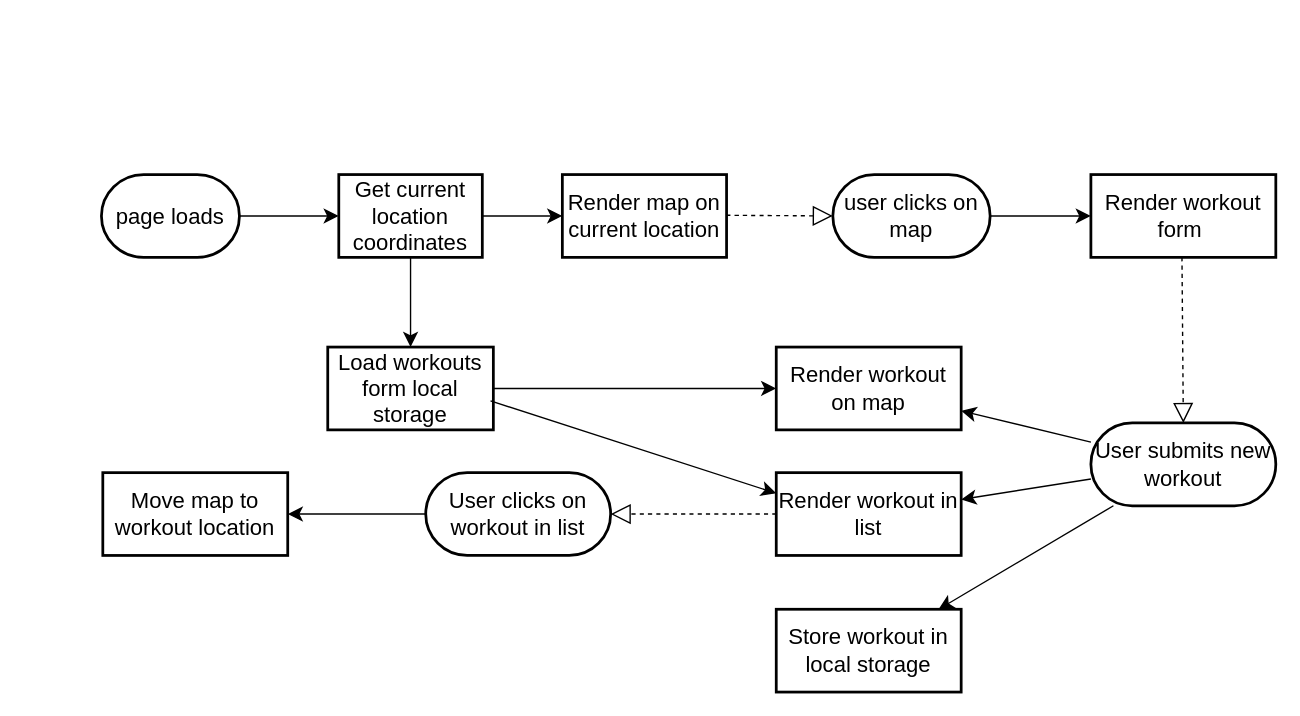
Earlier version of the draw.io diagram Untitled Diagram.drawio (HagarRagab/Mapty). Source tidied: cells renumbered, new cells numbered last; positions are measured from the earlier drawing's top-left corner, leaving out a move shared by most shapes. Both pictures are drawn from the tidied source at 138%, with x=0, y=0 at pixel (101, 174).
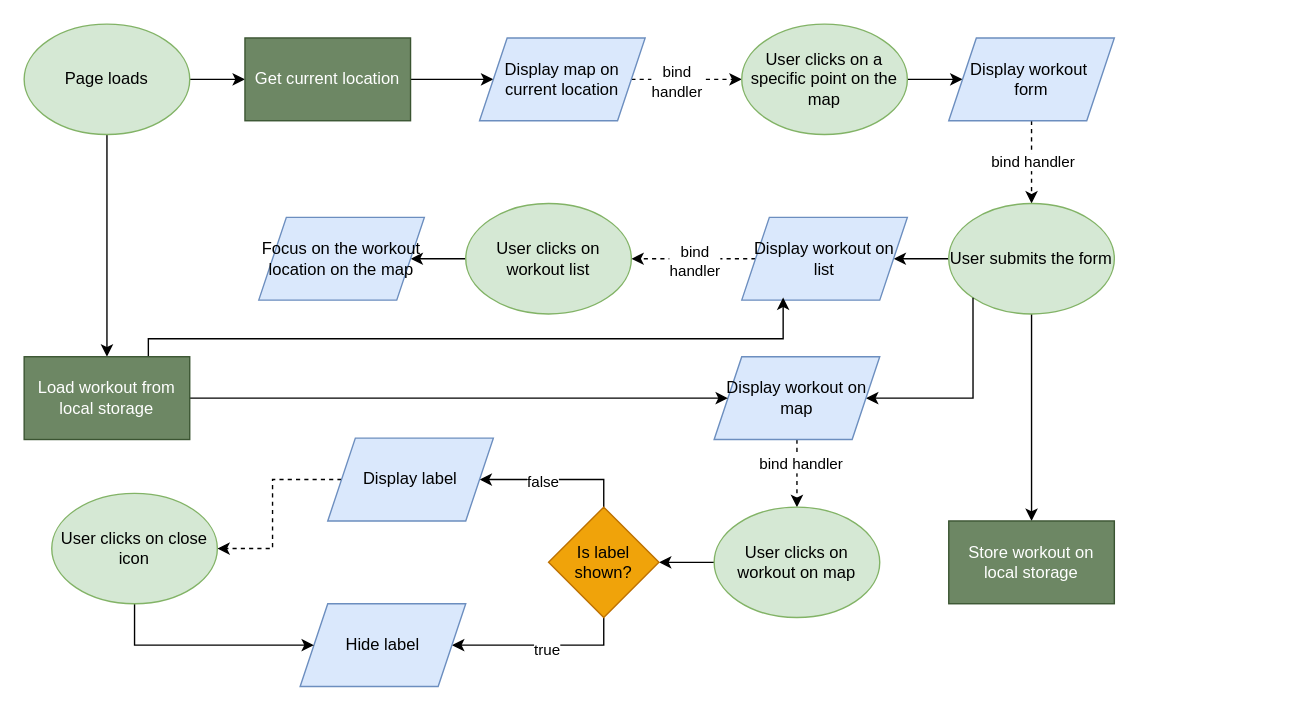
The same diagram, later.

Change to the diagram source:
```diff
@@
-    <mxCell id="2" style="edgeStyle=none;curved=1;rounded=0;jettySize=auto;html=1;fontSize=12;startSize=8;endSize=8;" parent="1" edge="1" source="4" target="6">
-      <mxGeometry relative="1" as="geometry" />
-    </mxCell>
-    <mxCell id="3" style="edgeStyle=none;curved=1;rounded=0;jettySize=auto;html=1;fontSize=12;startSize=8;endSize=8;exitX=0.5;exitY=1;exitDx=0;exitDy=0;" parent="1" edge="1" source="6" target="20">
-      <mxGeometry relative="1" as="geometry" />
-    </mxCell>
-    <mxCell id="4" value="page loads" style="strokeWidth=2;html=1;shape=mxgraph.flowchart.terminator;whiteSpace=wrap;fontSize=16;" parent="1" vertex="1">
-      <mxGeometry width="100" height="60" as="geometry" />
-    </mxCell>
-    <mxCell id="5" style="edgeStyle=none;curved=1;rounded=0;jettySize=auto;html=1;fontSize=12;startSize=8;endSize=8;" parent="1" edge="1" source="6" target="7">
-      <mxGeometry relative="1" as="geometry" />
-    </mxCell>
-    <mxCell id="6" value="Get current location coordinates" style="whiteSpace=wrap;html=1;fontSize=16;strokeWidth=2;" parent="1" vertex="1">
-      <mxGeometry x="172" width="104" height="60" as="geometry" />
-    </mxCell>
-    <mxCell id="7" value="Render map on current location" style="whiteSpace=wrap;html=1;fontSize=16;strokeWidth=2;" parent="1" vertex="1">
-      <mxGeometry x="334" width="119" height="60" as="geometry" />
-    </mxCell>
-    <mxCell id="8" style="edgeStyle=none;curved=1;rounded=0;jettySize=auto;html=1;fontSize=12;startSize=8;endSize=8;" parent="1" edge="1" source="9" target="11">
-      <mxGeometry relative="1" as="geometry" />
-    </mxCell>
-    <mxCell id="9" value="user clicks on map" style="rounded=1;whiteSpace=wrap;html=1;fontSize=16;strokeWidth=2;arcSize=50;" parent="1" vertex="1">
-      <mxGeometry x="530" width="114" height="60" as="geometry" />
-    </mxCell>
-    <mxCell id="10" style="endArrow=block;dashed=1;endFill=0;endSize=12;html=1;rounded=0;fontSize=12;curved=1;entryX=0;entryY=0.5;entryDx=0;entryDy=0;" parent="1" edge="1" target="9">
-      <mxGeometry relative="1" as="geometry">
-        <mxPoint x="453" y="29.5" as="sourcePoint" />
-      </mxGeometry>
-    </mxCell>
-    <mxCell id="11" value="Render workout form&amp;nbsp;" style="rounded=1;whiteSpace=wrap;html=1;fontSize=16;strokeWidth=2;arcSize=0;" parent="1" vertex="1">
-      <mxGeometry x="717" width="134" height="60" as="geometry" />
-    </mxCell>
-    <mxCell id="12" style="edgeStyle=none;curved=1;rounded=0;jettySize=auto;html=1;fontSize=12;startSize=8;endSize=8;" parent="1" edge="1" source="15" target="17">
-      <mxGeometry relative="1" as="geometry" />
-    </mxCell>
-    <mxCell id="13" style="edgeStyle=none;curved=1;rounded=0;jettySize=auto;html=1;fontSize=12;startSize=8;endSize=8;" parent="1" edge="1" source="15" target="18">
-      <mxGeometry relative="1" as="geometry" />
-    </mxCell>
-    <mxCell id="14" style="edgeStyle=none;curved=1;rounded=0;jettySize=auto;html=1;fontSize=12;startSize=8;endSize=8;" parent="1" edge="1" source="15" target="19">
-      <mxGeometry relative="1" as="geometry" />
-    </mxCell>
-    <mxCell id="15" value="User submits new workout" style="rounded=1;whiteSpace=wrap;html=1;fontSize=16;strokeWidth=2;arcSize=50;" parent="1" vertex="1">
-      <mxGeometry x="717" y="180" width="134" height="60" as="geometry" />
-    </mxCell>
-    <mxCell id="16" style="endArrow=block;dashed=1;endFill=0;endSize=12;html=1;rounded=0;fontSize=12;curved=1;entryX=0.5;entryY=0;entryDx=0;entryDy=0;" parent="1" edge="1" target="15">
-      <mxGeometry relative="1" as="geometry">
-        <mxPoint x="783" y="60" as="sourcePoint" />
-      </mxGeometry>
-    </mxCell>
-    <mxCell id="17" value="Render workout on map" style="rounded=1;whiteSpace=wrap;html=1;fontSize=16;strokeWidth=2;arcSize=0;" parent="1" vertex="1">
-      <mxGeometry x="489" y="125" width="134" height="60" as="geometry" />
-    </mxCell>
-    <mxCell id="18" value="Render workout in list" style="rounded=1;whiteSpace=wrap;html=1;fontSize=16;strokeWidth=2;arcSize=0;" parent="1" vertex="1">
-      <mxGeometry x="489" y="216" width="134" height="60" as="geometry" />
-    </mxCell>
-    <mxCell id="19" value="Store workout in local storage" style="rounded=1;whiteSpace=wrap;html=1;fontSize=16;strokeWidth=2;arcSize=0;" parent="1" vertex="1">
-      <mxGeometry x="489" y="315" width="134" height="60" as="geometry" />
-    </mxCell>
-    <mxCell id="20" value="Load workouts form local storage" style="whiteSpace=wrap;html=1;fontSize=16;strokeWidth=2;" parent="1" vertex="1">
-      <mxGeometry x="164" y="125" width="120" height="60" as="geometry" />
-    </mxCell>
-    <mxCell id="21" style="edgeStyle=none;curved=1;rounded=0;jettySize=auto;html=1;fontSize=12;startSize=8;endSize=8;entryX=0;entryY=0.5;entryDx=0;entryDy=0;exitX=1;exitY=0.5;exitDx=0;exitDy=0;" parent="1" edge="1" source="20" target="17">
-      <mxGeometry relative="1" as="geometry" />
-    </mxCell>
-    <mxCell id="22" style="edgeStyle=none;curved=1;rounded=0;jettySize=auto;html=1;fontSize=12;startSize=8;endSize=8;entryX=0;entryY=0.25;entryDx=0;entryDy=0;exitX=0.983;exitY=0.65;exitDx=0;exitDy=0;exitPerimeter=0;" parent="1" edge="1" source="20" target="18">
-      <mxGeometry relative="1" as="geometry" />
-    </mxCell>
-    <mxCell id="23" style="edgeStyle=none;curved=1;rounded=0;jettySize=auto;html=1;fontSize=12;startSize=8;endSize=8;" parent="1" edge="1" source="24" target="25">
-      <mxGeometry relative="1" as="geometry" />
-    </mxCell>
-    <mxCell id="24" value="User clicks on workout in list" style="rounded=1;whiteSpace=wrap;html=1;fontSize=16;strokeWidth=2;arcSize=50;" parent="1" vertex="1">
-      <mxGeometry x="235" y="216" width="134" height="60" as="geometry" />
-    </mxCell>
-    <mxCell id="25" value="Move map to workout location" style="rounded=1;whiteSpace=wrap;html=1;fontSize=16;strokeWidth=2;arcSize=0;" parent="1" vertex="1">
-      <mxGeometry x="1" y="216" width="134" height="60" as="geometry" />
-    </mxCell>
-    <mxCell id="26" style="endArrow=block;dashed=1;endFill=0;endSize=12;html=1;rounded=0;fontSize=12;curved=1;exitX=0;exitY=0.5;exitDx=0;exitDy=0;entryX=1;entryY=0.5;entryDx=0;entryDy=0;" parent="1" edge="1" source="18" target="24">
-      <mxGeometry relative="1" as="geometry" />
-    </mxCell>
+    <mxCell id="27" style="edgeStyle=orthogonalEdgeStyle;rounded=0;jettySize=auto;html=1;" parent="1" edge="1" source="29" target="31">
+      <mxGeometry relative="1" as="geometry" />
+    </mxCell>
+    <mxCell id="28" style="edgeStyle=orthogonalEdgeStyle;rounded=0;jettySize=auto;html=1;" parent="1" edge="1" source="29" target="56">
+      <mxGeometry relative="1" as="geometry" />
+    </mxCell>
+    <mxCell id="29" value="Page loads" style="ellipse;whiteSpace=wrap;html=1;fillColor=#d5e8d4;strokeColor=#82b366;" parent="1" vertex="1">
+      <mxGeometry x="-56" y="-109" width="120" height="80" as="geometry" />
+    </mxCell>
+    <mxCell id="30" style="edgeStyle=orthogonalEdgeStyle;rounded=0;jettySize=auto;html=1;" parent="1" edge="1" source="31" target="34">
+      <mxGeometry relative="1" as="geometry" />
+    </mxCell>
+    <mxCell id="31" value="Get current location" style="whiteSpace=wrap;html=1;fillColor=#6d8764;fontColor=#ffffff;strokeColor=#3A5431;" parent="1" vertex="1">
+      <mxGeometry x="104" y="-99" width="120" height="60" as="geometry" />
+    </mxCell>
+    <mxCell id="32" style="edgeStyle=orthogonalEdgeStyle;rounded=0;jettySize=auto;html=1;exitX=1;exitY=0.5;exitDx=0;exitDy=0;entryX=0;entryY=0.5;entryDx=0;entryDy=0;dashed=1;" parent="1" edge="1" source="34" target="36">
+      <mxGeometry relative="1" as="geometry" />
+    </mxCell>
+    <mxCell id="33" value="bind&lt;div&gt;handler&lt;/div&gt;" style="edgeLabel;html=1;align=center;verticalAlign=middle;" parent="32" vertex="1">
+      <mxGeometry x="-0.19" y="-1" relative="1" as="geometry" />
+    </mxCell>
+    <mxCell id="34" value="Display map on current location" style="shape=parallelogram;perimeter=parallelogramPerimeter;whiteSpace=wrap;html=1;fixedSize=1;fillColor=#dae8fc;strokeColor=#6c8ebf;" parent="1" vertex="1">
+      <mxGeometry x="274" y="-99" width="120" height="60" as="geometry" />
+    </mxCell>
+    <mxCell id="35" style="edgeStyle=orthogonalEdgeStyle;rounded=0;jettySize=auto;html=1;" parent="1" edge="1" source="36" target="39">
+      <mxGeometry relative="1" as="geometry" />
+    </mxCell>
+    <mxCell id="36" value="User clicks on a specific point on the map" style="ellipse;whiteSpace=wrap;html=1;fillColor=#d5e8d4;strokeColor=#82b366;" parent="1" vertex="1">
+      <mxGeometry x="464" y="-109" width="120" height="80" as="geometry" />
+    </mxCell>
+    <mxCell id="37" style="edgeStyle=orthogonalEdgeStyle;rounded=0;jettySize=auto;html=1;entryX=0.5;entryY=0;entryDx=0;entryDy=0;dashed=1;" parent="1" edge="1" source="39" target="42">
+      <mxGeometry relative="1" as="geometry" />
+    </mxCell>
+    <mxCell id="38" value="bind handler" style="edgeLabel;html=1;align=center;verticalAlign=middle;" parent="37" vertex="1">
+      <mxGeometry x="-0.42" y="2" relative="1" as="geometry">
+        <mxPoint x="-2" y="12" as="offset" />
+      </mxGeometry>
+    </mxCell>
+    <mxCell id="39" value="Display workout&amp;nbsp;&lt;div&gt;form&lt;/div&gt;" style="shape=parallelogram;perimeter=parallelogramPerimeter;whiteSpace=wrap;html=1;fixedSize=1;fillColor=#dae8fc;strokeColor=#6c8ebf;" parent="1" vertex="1">
+      <mxGeometry x="614" y="-99" width="120" height="60" as="geometry" />
+    </mxCell>
+    <mxCell id="40" style="edgeStyle=orthogonalEdgeStyle;rounded=0;jettySize=auto;html=1;" parent="1" edge="1" source="42" target="45">
+      <mxGeometry relative="1" as="geometry" />
+    </mxCell>
+    <mxCell id="41" style="edgeStyle=orthogonalEdgeStyle;rounded=0;jettySize=auto;html=1;" parent="1" edge="1" source="42" target="53">
+      <mxGeometry relative="1" as="geometry" />
+    </mxCell>
+    <mxCell id="42" value="User submits the form" style="ellipse;whiteSpace=wrap;html=1;fillColor=#d5e8d4;strokeColor=#82b366;" parent="1" vertex="1">
+      <mxGeometry x="614" y="21" width="120" height="80" as="geometry" />
+    </mxCell>
+    <mxCell id="43" style="edgeStyle=orthogonalEdgeStyle;rounded=0;jettySize=auto;html=1;entryX=1;entryY=0.5;entryDx=0;entryDy=0;dashed=1;" parent="1" edge="1" source="45" target="47">
+      <mxGeometry relative="1" as="geometry" />
+    </mxCell>
+    <mxCell id="44" value="bind&lt;div&gt;handler&lt;/div&gt;" style="edgeLabel;html=1;align=center;verticalAlign=middle;" parent="43" vertex="1">
+      <mxGeometry x="-0.01" y="1" relative="1" as="geometry" />
+    </mxCell>
+    <mxCell id="45" value="Display workout on list" style="shape=parallelogram;perimeter=parallelogramPerimeter;whiteSpace=wrap;html=1;fixedSize=1;fillColor=#dae8fc;strokeColor=#6c8ebf;" parent="1" vertex="1">
+      <mxGeometry x="464" y="31" width="120" height="60" as="geometry" />
+    </mxCell>
+    <mxCell id="46" style="edgeStyle=orthogonalEdgeStyle;rounded=0;jettySize=auto;html=1;" parent="1" edge="1" source="47" target="48">
+      <mxGeometry relative="1" as="geometry" />
+    </mxCell>
+    <mxCell id="47" value="User clicks on workout list" style="ellipse;whiteSpace=wrap;html=1;fillColor=#d5e8d4;strokeColor=#82b366;" parent="1" vertex="1">
+      <mxGeometry x="264" y="21" width="120" height="80" as="geometry" />
+    </mxCell>
+    <mxCell id="48" value="Focus on the workout location on the map" style="shape=parallelogram;perimeter=parallelogramPerimeter;whiteSpace=wrap;html=1;fixedSize=1;fillColor=#dae8fc;strokeColor=#6c8ebf;" parent="1" vertex="1">
+      <mxGeometry x="114" y="31" width="120" height="60" as="geometry" />
+    </mxCell>
+    <mxCell id="49" style="edgeStyle=orthogonalEdgeStyle;rounded=0;jettySize=auto;html=1;exitX=1;exitY=0.5;exitDx=0;exitDy=0;entryX=0;entryY=1;entryDx=0;entryDy=0;startArrow=classic;startFill=1;endArrow=none;endFill=0;" parent="1" edge="1" source="52" target="42">
+      <mxGeometry relative="1" as="geometry" />
+    </mxCell>
+    <mxCell id="50" style="edgeStyle=orthogonalEdgeStyle;rounded=0;jettySize=auto;html=1;entryX=0.5;entryY=0;entryDx=0;entryDy=0;dashed=1;" parent="1" edge="1" source="52" target="58">
+      <mxGeometry relative="1" as="geometry" />
+    </mxCell>
+    <mxCell id="51" value="bind handler" style="edgeLabel;html=1;align=center;verticalAlign=middle;" parent="50" vertex="1">
+      <mxGeometry x="-0.29" y="2" relative="1" as="geometry" />
+    </mxCell>
+    <mxCell id="52" value="Display workout on map" style="shape=parallelogram;perimeter=parallelogramPerimeter;whiteSpace=wrap;html=1;fixedSize=1;fillColor=#dae8fc;strokeColor=#6c8ebf;" parent="1" vertex="1">
+      <mxGeometry x="444" y="132" width="120" height="60" as="geometry" />
+    </mxCell>
+    <mxCell id="53" value="Store workout on local storage" style="whiteSpace=wrap;html=1;fillColor=#6d8764;fontColor=#ffffff;strokeColor=#3A5431;" parent="1" vertex="1">
+      <mxGeometry x="614" y="251" width="120" height="60" as="geometry" />
+    </mxCell>
+    <mxCell id="54" style="edgeStyle=orthogonalEdgeStyle;rounded=0;jettySize=auto;html=1;entryX=0;entryY=0.5;entryDx=0;entryDy=0;" parent="1" edge="1" source="56" target="52">
+      <mxGeometry relative="1" as="geometry" />
+    </mxCell>
+    <mxCell id="55" style="edgeStyle=orthogonalEdgeStyle;rounded=0;jettySize=auto;html=1;exitX=0.75;exitY=0;exitDx=0;exitDy=0;entryX=0.25;entryY=1;entryDx=0;entryDy=0;" parent="1" edge="1" source="56">
+      <mxGeometry relative="1" as="geometry">
+        <mxPoint x="494" y="89" as="targetPoint" />
+        <Array as="points">
+          <mxPoint x="34" y="119" />
+          <mxPoint x="494" y="119" />
+        </Array>
+      </mxGeometry>
+    </mxCell>
+    <mxCell id="56" value="Load workout from local storage" style="whiteSpace=wrap;html=1;fillColor=#6d8764;fontColor=#ffffff;strokeColor=#3A5431;" parent="1" vertex="1">
+      <mxGeometry x="-56" y="132" width="120" height="60" as="geometry" />
+    </mxCell>
+    <mxCell id="57" style="edgeStyle=orthogonalEdgeStyle;rounded=0;jettySize=auto;html=1;" parent="1" edge="1" source="58" target="63">
+      <mxGeometry relative="1" as="geometry" />
+    </mxCell>
+    <mxCell id="58" value="User clicks on workout on map" style="ellipse;whiteSpace=wrap;html=1;fillColor=#d5e8d4;strokeColor=#82b366;" parent="1" vertex="1">
+      <mxGeometry x="444" y="241" width="120" height="80" as="geometry" />
+    </mxCell>
+    <mxCell id="59" style="edgeStyle=orthogonalEdgeStyle;rounded=0;jettySize=auto;html=1;exitX=0.5;exitY=0;exitDx=0;exitDy=0;entryX=1;entryY=0.5;entryDx=0;entryDy=0;" parent="1" edge="1" source="63" target="65">
+      <mxGeometry relative="1" as="geometry" />
+    </mxCell>
+    <mxCell id="60" value="false" style="edgeLabel;html=1;align=center;verticalAlign=middle;" parent="59" vertex="1">
+      <mxGeometry x="0.19" y="1" relative="1" as="geometry" />
+    </mxCell>
+    <mxCell id="61" style="edgeStyle=orthogonalEdgeStyle;rounded=0;jettySize=auto;html=1;exitX=0.5;exitY=1;exitDx=0;exitDy=0;entryX=1;entryY=0.5;entryDx=0;entryDy=0;" parent="1" edge="1" source="63" target="66">
+      <mxGeometry relative="1" as="geometry" />
+    </mxCell>
+    <mxCell id="62" value="true" style="edgeLabel;html=1;align=center;verticalAlign=middle;" parent="61" vertex="1">
+      <mxGeometry x="-0.04" y="3" relative="1" as="geometry" />
+    </mxCell>
+    <mxCell id="63" value="Is label shown?" style="rhombus;whiteSpace=wrap;html=1;fillColor=#f0a30a;fontColor=#000000;strokeColor=#BD7000;" parent="1" vertex="1">
+      <mxGeometry x="324" y="241" width="80" height="80" as="geometry" />
+    </mxCell>
+    <mxCell id="64" style="edgeStyle=orthogonalEdgeStyle;rounded=0;jettySize=auto;html=1;exitX=0;exitY=0.5;exitDx=0;exitDy=0;entryX=1;entryY=0.5;entryDx=0;entryDy=0;dashed=1;" parent="1" edge="1" source="65" target="68">
+      <mxGeometry relative="1" as="geometry" />
+    </mxCell>
+    <mxCell id="65" value="Display label" style="shape=parallelogram;perimeter=parallelogramPerimeter;whiteSpace=wrap;html=1;fixedSize=1;fillColor=#dae8fc;strokeColor=#6c8ebf;" parent="1" vertex="1">
+      <mxGeometry x="164" y="191" width="120" height="60" as="geometry" />
+    </mxCell>
+    <mxCell id="66" value="Hide label" style="shape=parallelogram;perimeter=parallelogramPerimeter;whiteSpace=wrap;html=1;fixedSize=1;fillColor=#dae8fc;strokeColor=#6c8ebf;" parent="1" vertex="1">
+      <mxGeometry x="144" y="311" width="120" height="60" as="geometry" />
+    </mxCell>
+    <mxCell id="67" style="edgeStyle=orthogonalEdgeStyle;rounded=0;jettySize=auto;html=1;exitX=0.5;exitY=1;exitDx=0;exitDy=0;" parent="1" edge="1" source="68" target="66">
+      <mxGeometry relative="1" as="geometry">
+        <Array as="points">
+          <mxPoint x="24" y="341" />
+        </Array>
+      </mxGeometry>
+    </mxCell>
+    <mxCell id="68" value="User clicks on close icon" style="ellipse;whiteSpace=wrap;html=1;fillColor=#d5e8d4;strokeColor=#82b366;" parent="1" vertex="1">
+      <mxGeometry x="-36" y="231" width="120" height="80" as="geometry" />
+    </mxCell>
```
